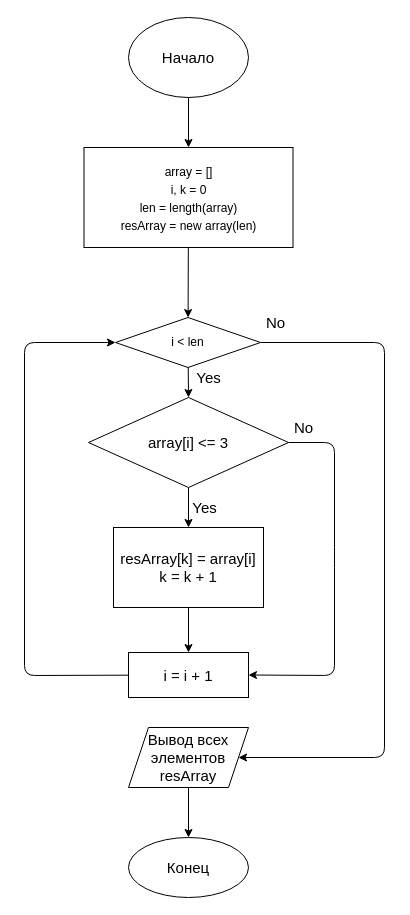
Before: block_diagram.drawio in Galiusbro/IPR, a draw.io diagram. Source tidied: cells renumbered, new cells numbered last; positions are measured from the earlier drawing's top-left corner, leaving out a move shared by most shapes. Both pictures are drawn from the tidied source at 100%, with x=0, y=0 at pixel (24, 17).
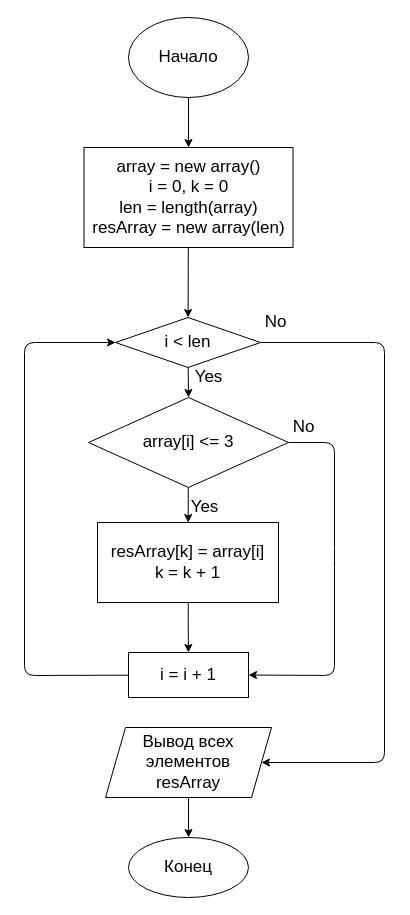
The same diagram, later.

Commit message (it also covers changes not shown here):
correction_1 block diagram

What changed in the source:
```diff
@@
-    <mxCell id="2" style="edgeStyle=none;html=1;entryX=0.5;entryY=0;entryDx=0;entryDy=0;fontSize=15;" parent="1" edge="1" source="3" target="5">
+    <mxCell id="2" style="edgeStyle=none;html=1;entryX=0.5;entryY=0;entryDx=0;entryDy=0;fontSize=17;" parent="1" edge="1" source="3" target="5">
       <mxGeometry relative="1" as="geometry" />
     </mxCell>
-    <mxCell id="3" value="&lt;font style=&quot;font-size: 15px;&quot;&gt;Начало&lt;/font&gt;" style="ellipse;whiteSpace=wrap;html=1;fontSize=15;" parent="1" vertex="1">
+    <mxCell id="3" value="&lt;font style=&quot;font-size: 17px;&quot;&gt;Начало&lt;/font&gt;" style="ellipse;whiteSpace=wrap;html=1;fontSize=17;" parent="1" vertex="1">
       <mxGeometry x="104" width="120" height="80" as="geometry" />
     </mxCell>
-    <mxCell id="4" style="edgeStyle=none;html=1;fontSize=15;" parent="1" edge="1" source="5" target="17">
+    <mxCell id="4" style="edgeStyle=none;html=1;fontSize=17;" parent="1" edge="1" source="5" target="17">
       <mxGeometry relative="1" as="geometry" />
     </mxCell>
-    <mxCell id="5" value="&lt;span style=&quot;font-size: 12px&quot;&gt;array = []&lt;/span&gt;&lt;br style=&quot;font-size: 12px&quot;&gt;&lt;span style=&quot;font-size: 12px&quot;&gt;i, k = 0&lt;/span&gt;&lt;br style=&quot;font-size: 12px&quot;&gt;&lt;span style=&quot;font-size: 12px&quot;&gt;len = length(array)&lt;/span&gt;&lt;br style=&quot;font-size: 12px&quot;&gt;&lt;span style=&quot;font-size: 12px&quot;&gt;resArray = new array(len)&lt;/span&gt;" style="rounded=0;whiteSpace=wrap;html=1;fontSize=15;" parent="1" vertex="1">
+    <mxCell id="5" value="&lt;span style=&quot;font-size: 17px;&quot;&gt;array = new array()&lt;/span&gt;&lt;br style=&quot;font-size: 17px;&quot;&gt;&lt;span style=&quot;font-size: 17px;&quot;&gt;i = 0, k = 0&lt;/span&gt;&lt;br style=&quot;font-size: 17px;&quot;&gt;&lt;span style=&quot;font-size: 17px;&quot;&gt;len = length(array)&lt;/span&gt;&lt;br style=&quot;font-size: 17px;&quot;&gt;&lt;span style=&quot;font-size: 17px;&quot;&gt;resArray = new array(len)&lt;/span&gt;" style="rounded=0;whiteSpace=wrap;html=1;fontSize=17;" parent="1" vertex="1">
       <mxGeometry x="59.5" y="130" width="209" height="100" as="geometry" />
     </mxCell>
-    <mxCell id="6" style="edgeStyle=none;html=1;fontSize=15;" parent="1" edge="1" source="8" target="10">
+    <mxCell id="6" style="edgeStyle=none;html=1;fontSize=17;" parent="1" edge="1" source="8" target="10">
       <mxGeometry relative="1" as="geometry" />
     </mxCell>
-    <mxCell id="7" style="edgeStyle=none;html=1;fontSize=15;entryX=1;entryY=0.5;entryDx=0;entryDy=0;" parent="1" edge="1" source="8" target="12">
+    <mxCell id="7" style="edgeStyle=none;html=1;fontSize=17;entryX=1;entryY=0.5;entryDx=0;entryDy=0;" parent="1" edge="1" source="8" target="12">
       <mxGeometry relative="1" as="geometry">
         <Array as="points">
           <mxPoint x="310" y="425" />
           <mxPoint x="310" y="540" />
           <mxPoint x="310" y="658" />
         </Array>
       </mxGeometry>
     </mxCell>
-    <mxCell id="8" value="array[i] &amp;lt;= 3" style="rhombus;whiteSpace=wrap;html=1;fontSize=15;" parent="1" vertex="1">
+    <mxCell id="8" value="array[i] &amp;lt;= 3" style="rhombus;whiteSpace=wrap;html=1;fontSize=17;" parent="1" vertex="1">
       <mxGeometry x="64" y="380" width="200" height="90" as="geometry" />
     </mxCell>
-    <mxCell id="9" style="edgeStyle=none;html=1;fontSize=15;" parent="1" edge="1" source="10" target="12">
+    <mxCell id="9" style="edgeStyle=none;html=1;fontSize=17;" parent="1" edge="1" source="10" target="12">
       <mxGeometry relative="1" as="geometry" />
     </mxCell>
-    <mxCell id="10" value="resArray[k] = array[i]&lt;br style=&quot;font-size: 15px;&quot;&gt;k = k + 1" style="whiteSpace=wrap;html=1;fontSize=15;" parent="1" vertex="1">
-      <mxGeometry x="89" y="510" width="150" height="80" as="geometry" />
+    <mxCell id="10" value="resArray[k] = array[i]&lt;br style=&quot;font-size: 17px;&quot;&gt;k = k + 1" style="whiteSpace=wrap;html=1;fontSize=17;" parent="1" vertex="1">
+      <mxGeometry x="73" y="505" width="181" height="80" as="geometry" />
     </mxCell>
-    <mxCell id="11" style="edgeStyle=none;html=1;entryX=0;entryY=0.5;entryDx=0;entryDy=0;fontSize=15;" parent="1" edge="1" source="12" target="17">
+    <mxCell id="11" style="edgeStyle=none;html=1;entryX=0;entryY=0.5;entryDx=0;entryDy=0;fontSize=17;" parent="1" edge="1" source="12" target="17">
       <mxGeometry relative="1" as="geometry">
         <Array as="points">
           <mxPoint y="658" />
           <mxPoint y="325" />
         </Array>
       </mxGeometry>
     </mxCell>
-    <mxCell id="12" value="i = i + 1" style="whiteSpace=wrap;html=1;fontSize=15;" parent="1" vertex="1">
+    <mxCell id="12" value="i = i + 1" style="whiteSpace=wrap;html=1;fontSize=17;" parent="1" vertex="1">
       <mxGeometry x="104" y="635" width="120" height="45" as="geometry" />
     </mxCell>
-    <mxCell id="13" value="Yes" style="text;html=1;align=center;verticalAlign=middle;strokeColor=none;fillColor=none;fontSize=15;" parent="1" vertex="1">
-      <mxGeometry x="160" y="480" width="40" height="20" as="geometry" />
+    <mxCell id="13" value="Yes" style="text;html=1;align=center;verticalAlign=middle;strokeColor=none;fillColor=none;fontSize=17;" parent="1" vertex="1">
+      <mxGeometry x="160" y="475" width="40" height="30" as="geometry" />
     </mxCell>
-    <mxCell id="14" value="No" style="text;html=1;align=center;verticalAlign=middle;strokeColor=none;fillColor=none;fontSize=15;" parent="1" vertex="1">
-      <mxGeometry x="264" y="400" width="30" height="20" as="geometry" />
+    <mxCell id="14" value="No" style="text;html=1;align=center;verticalAlign=middle;strokeColor=none;fillColor=none;fontSize=17;" parent="1" vertex="1">
+      <mxGeometry x="259" y="395" width="40" height="30" as="geometry" />
     </mxCell>
-    <mxCell id="15" style="edgeStyle=none;html=1;entryX=0.5;entryY=0;entryDx=0;entryDy=0;fontSize=15;" parent="1" edge="1" source="17" target="8">
+    <mxCell id="15" style="edgeStyle=none;html=1;entryX=0.5;entryY=0;entryDx=0;entryDy=0;fontSize=17;" parent="1" edge="1" source="17" target="8">
       <mxGeometry relative="1" as="geometry" />
     </mxCell>
-    <mxCell id="16" style="edgeStyle=none;html=1;fontSize=15;" parent="1" edge="1" source="17" target="19">
+    <mxCell id="16" style="edgeStyle=none;html=1;fontSize=17;" parent="1" edge="1" source="17" target="19">
       <mxGeometry relative="1" as="geometry">
         <Array as="points">
           <mxPoint x="360" y="325" />
-          <mxPoint x="360" y="740" />
+          <mxPoint x="360" y="745" />
         </Array>
       </mxGeometry>
     </mxCell>
-    <mxCell id="17" value="&lt;font style=&quot;font-size: 12px&quot;&gt;i &amp;lt; len&lt;/font&gt;" style="rhombus;whiteSpace=wrap;html=1;rounded=0;" parent="1" vertex="1">
+    <mxCell id="17" value="&lt;font style=&quot;font-size: 17px;&quot;&gt;i &amp;lt; len&lt;/font&gt;" style="rhombus;whiteSpace=wrap;html=1;rounded=0;fontSize=17;" parent="1" vertex="1">
       <mxGeometry x="91" y="300" width="145" height="50" as="geometry" />
     </mxCell>
-    <mxCell id="18" style="edgeStyle=none;html=1;fontSize=15;" parent="1" edge="1" source="19" target="20">
+    <mxCell id="18" style="edgeStyle=none;html=1;fontSize=17;" parent="1" edge="1" source="19" target="20">
       <mxGeometry relative="1" as="geometry" />
     </mxCell>
-    <mxCell id="19" value="Вывод всех элементов&lt;br&gt;resArray" style="shape=parallelogram;perimeter=parallelogramPerimeter;whiteSpace=wrap;html=1;fixedSize=1;fontSize=15;" parent="1" vertex="1">
-      <mxGeometry x="104" y="710" width="120" height="60" as="geometry" />
+    <mxCell id="19" value="Вывод всех элементов&lt;br style=&quot;font-size: 17px;&quot;&gt;resArray" style="shape=parallelogram;perimeter=parallelogramPerimeter;whiteSpace=wrap;html=1;fixedSize=1;fontSize=17;" parent="1" vertex="1">
+      <mxGeometry x="81" y="710" width="166" height="70" as="geometry" />
     </mxCell>
-    <mxCell id="20" value="Конец" style="ellipse;whiteSpace=wrap;html=1;fontSize=15;" parent="1" vertex="1">
+    <mxCell id="20" value="Конец" style="ellipse;whiteSpace=wrap;html=1;fontSize=17;" parent="1" vertex="1">
       <mxGeometry x="104" y="820" width="120" height="60" as="geometry" />
     </mxCell>
-    <mxCell id="21" value="No" style="text;html=1;align=center;verticalAlign=middle;strokeColor=none;fillColor=none;fontSize=15;" parent="1" vertex="1">
-      <mxGeometry x="236" y="295" width="30" height="20" as="geometry" />
+    <mxCell id="21" value="No" style="text;html=1;align=center;verticalAlign=middle;strokeColor=none;fillColor=none;fontSize=17;" parent="1" vertex="1">
+      <mxGeometry x="231" y="290" width="40" height="30" as="geometry" />
     </mxCell>
-    <mxCell id="22" value="Yes" style="text;html=1;align=center;verticalAlign=middle;strokeColor=none;fillColor=none;fontSize=15;" parent="1" vertex="1">
-      <mxGeometry x="164" y="350" width="40" height="20" as="geometry" />
+    <mxCell id="22" value="Yes" style="text;html=1;align=center;verticalAlign=middle;strokeColor=none;fillColor=none;fontSize=17;" parent="1" vertex="1">
+      <mxGeometry x="164" y="345" width="40" height="30" as="geometry" />
     </mxCell>
```
